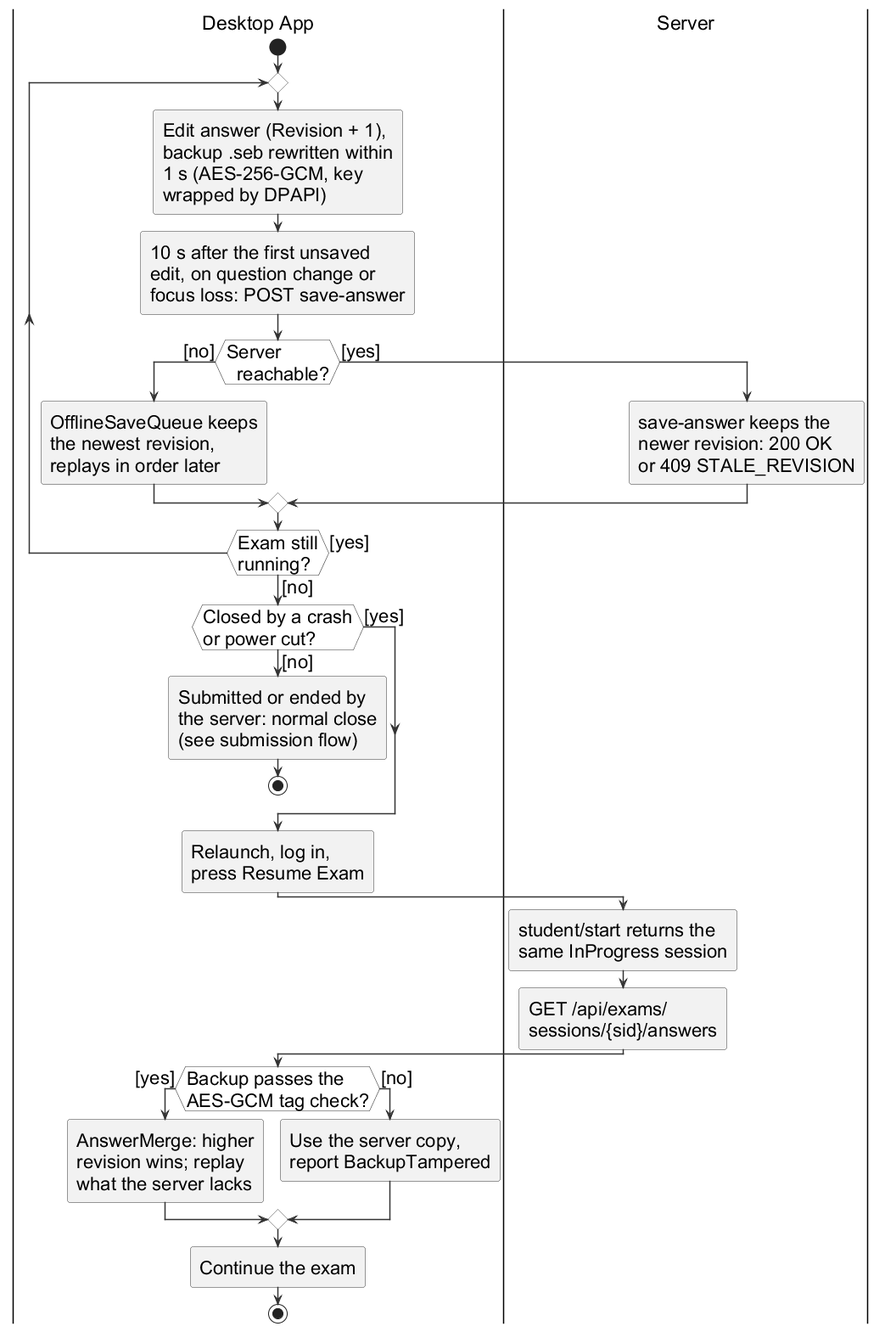
Before: important docs/fyp_doc_3chatp/Figures/activity_recovery.png, a diagram exported from PlantUML (Haiderali27-hub/AI-Lab-Monitoring-). Its source is kept beside it as important docs/fyp_doc_3chatp/Figures/src/activity_recovery.puml.
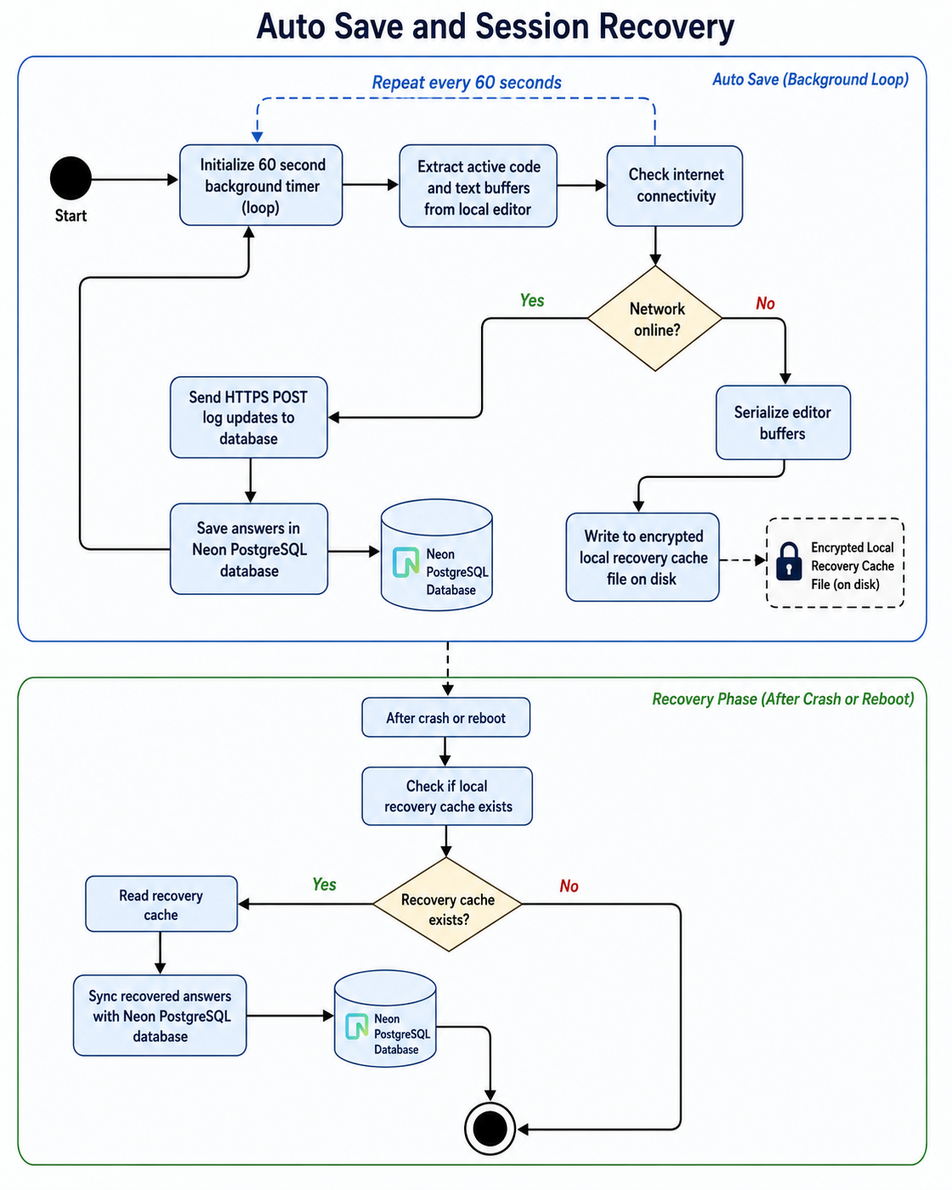
Above is the later version.

Change to the diagram source:
```diff
@@ -12,50 +12,45 @@
 |Desktop App|
 start
 repeat
-  :Edit answer (Revision + 1),
-  backup .seb rewritten within
-  1 s (AES-256-GCM, key
-  wrapped by DPAPI);
-  :10 s after the first unsaved
-  edit, on question change or
-  focus loss: POST save-answer;
+  :Edit answer, update
+  encrypted local
+  backup within 1 s;
+  :Save after 10 s, on
+  question change or
+  focus loss;
   if (Server
   reachable?) then ([no])
-    :OfflineSaveQueue keeps
-    the newest revision,
-    replays in order later;
+    :Queue offline,
+    replay later;
   else ([yes])
     |Server|
-    :save-answer keeps the
-    newer revision: 200 OK
-    or 409 STALE_REVISION;
+    :Keep the newer
+    revision;
     |Desktop App|
   endif
 repeat while (Exam still\nrunning?) is ([yes]) not ([no])
-if (Closed by a crash
-or power cut?) then ([no])
-  :Submitted or ended by
-  the server: normal close
-  (see submission flow);
+if (Crash or
+power cut?) then ([no])
+  :Normal close;
   stop
 else ([yes])
 endif
 :Relaunch, log in,
-press Resume Exam;
+Resume Exam;
 |Server|
-:student/start returns the
-same InProgress session;
-:GET /api/exams/\nsessions/{sid}/answers;
+:Return the same
+session and its
+answers;
 |Desktop App|
-if (Backup passes the
-AES-GCM tag check?) then ([yes])
-  :AnswerMerge: higher
-  revision wins; replay
-  what the server lacks;
+if (Backup
+intact?) then ([yes])
+  :Merge: higher
+  revision wins;
 else ([no])
-  :Use the server copy,
-  report BackupTampered;
+  :Use server copy,
+  report tampering;
 endif
-:Continue the exam;
+:Continue
+the exam;
 stop
 @enduml
```
